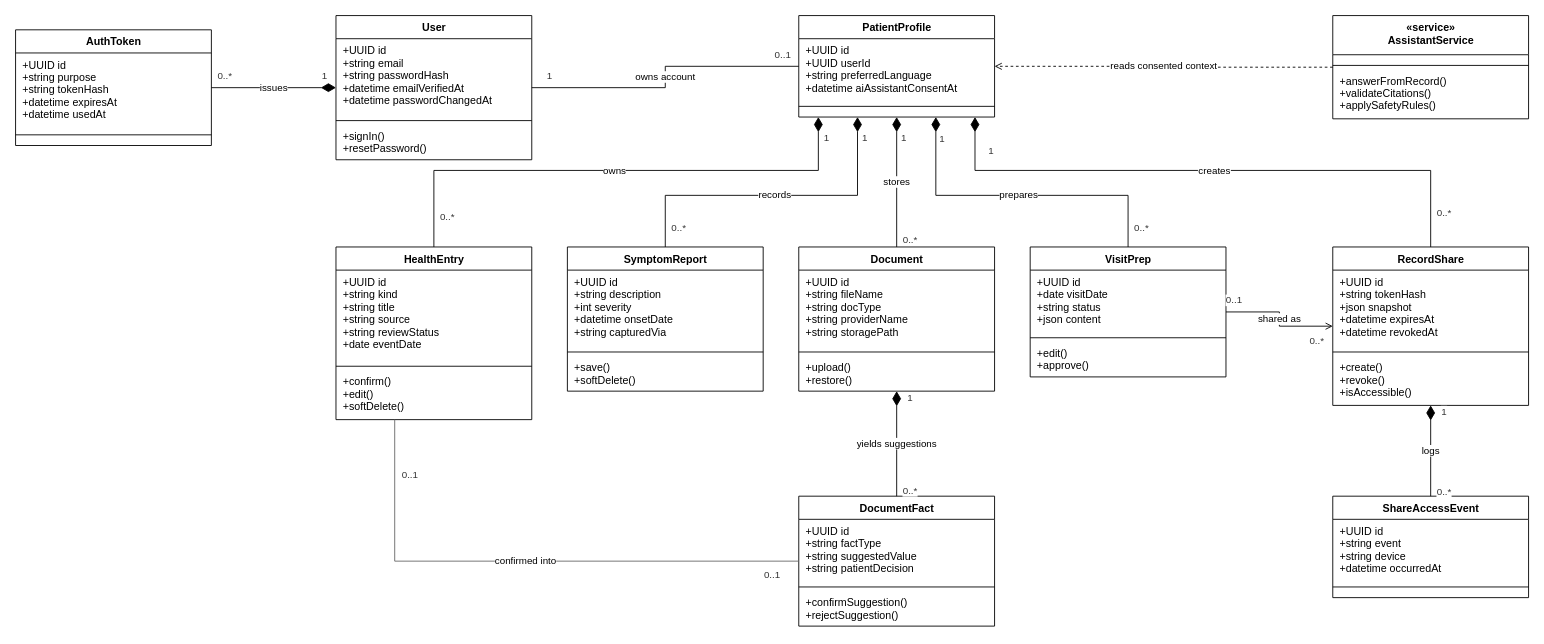
The draw.io diagram docs/diagrams/source/class-diagram.drawio in haniyousrii18/NASEEJ, before the edit. Source tidied: cells renumbered, new cells numbered last; positions are measured from the earlier drawing's top-left corner, leaving out a move shared by most shapes. Both pictures are drawn from the tidied source at 89%, with x=0, y=0 at pixel (15, 15).
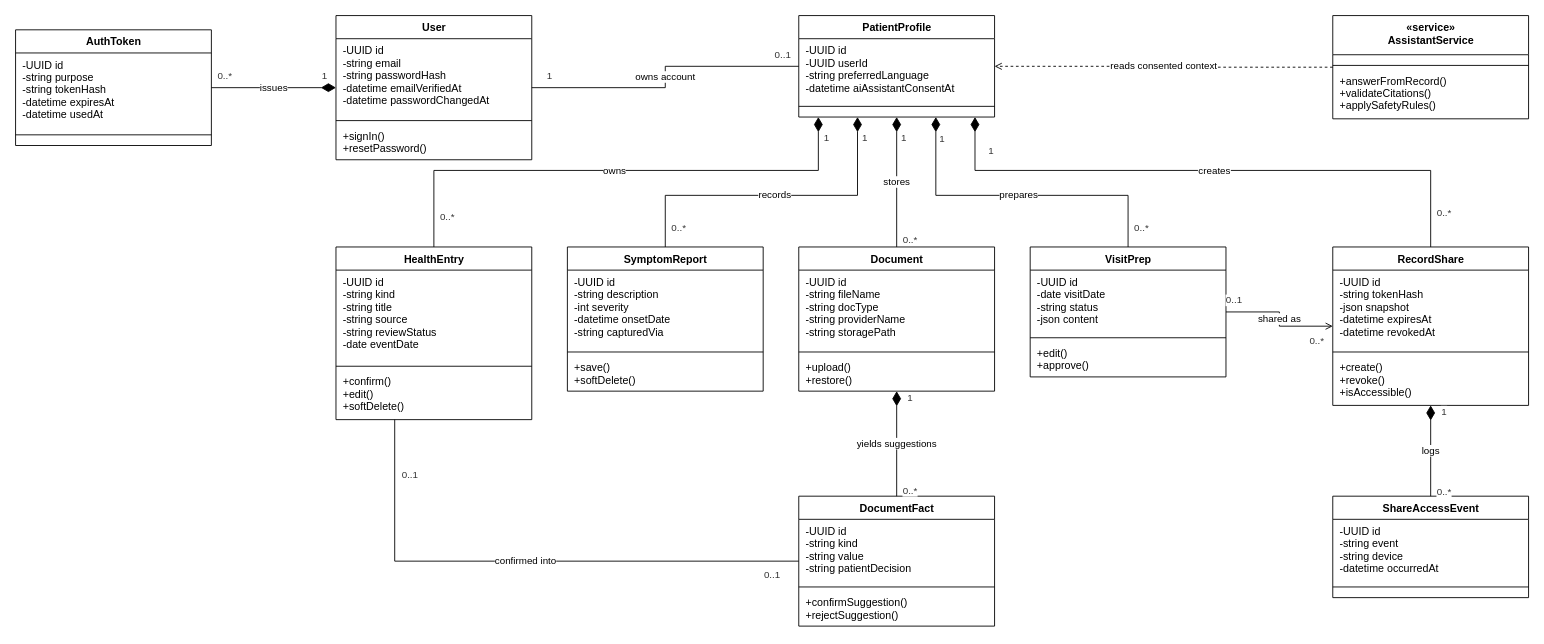
The same diagram, later.

Commit message (it also covers changes not shown here):
docs: fix diagram inconsistencies and rebuild ERD mapping

Unchanged cells that the change refers to:
```xml
<mxCell id="2" value="User" style="swimlane;fontStyle=1;align=center;verticalAlign=top;horizontal=1;startSize=26;html=1;swimlaneFillColor=#FFFFFF;" parent="1" vertex="1">
  <mxGeometry x="360" width="220" height="162" as="geometry" />
</mxCell>
<mxCell id="6" value="AuthToken" style="swimlane;fontStyle=1;align=center;verticalAlign=top;horizontal=1;startSize=26;html=1;swimlaneFillColor=#FFFFFF;" parent="1" vertex="1">
  <mxGeometry y="16" width="220" height="130" as="geometry" />
</mxCell>
<mxCell id="10" value="PatientProfile" style="swimlane;fontStyle=1;align=center;verticalAlign=top;horizontal=1;startSize=26;html=1;swimlaneFillColor=#FFFFFF;" parent="1" vertex="1">
  <mxGeometry x="880" width="220" height="114" as="geometry" />
</mxCell>
<mxCell id="18" value="HealthEntry" style="swimlane;fontStyle=1;align=center;verticalAlign=top;horizontal=1;startSize=26;html=1;swimlaneFillColor=#FFFFFF;" parent="1" vertex="1">
  <mxGeometry x="360" y="260" width="220" height="194" as="geometry" />
</mxCell>
<mxCell id="22" value="SymptomReport" style="swimlane;fontStyle=1;align=center;verticalAlign=top;horizontal=1;startSize=26;html=1;swimlaneFillColor=#FFFFFF;" parent="1" vertex="1">
  <mxGeometry x="620" y="260" width="220" height="162" as="geometry" />
</mxCell>
<mxCell id="26" value="Document" style="swimlane;fontStyle=1;align=center;verticalAlign=top;horizontal=1;startSize=26;html=1;swimlaneFillColor=#FFFFFF;" parent="1" vertex="1">
  <mxGeometry x="880" y="260" width="220" height="162" as="geometry" />
</mxCell>
<mxCell id="30" value="VisitPrep" style="swimlane;fontStyle=1;align=center;verticalAlign=top;horizontal=1;startSize=26;html=1;swimlaneFillColor=#FFFFFF;" parent="1" vertex="1">
  <mxGeometry x="1140" y="260" width="220" height="146" as="geometry" />
</mxCell>
<mxCell id="34" value="RecordShare" style="swimlane;fontStyle=1;align=center;verticalAlign=top;horizontal=1;startSize=26;html=1;swimlaneFillColor=#FFFFFF;" parent="1" vertex="1">
  <mxGeometry x="1480" y="260" width="220" height="178" as="geometry" />
</mxCell>
<mxCell id="38" value="DocumentFact" style="swimlane;fontStyle=1;align=center;verticalAlign=top;horizontal=1;startSize=26;html=1;swimlaneFillColor=#FFFFFF;" parent="1" vertex="1">
  <mxGeometry x="880" y="540" width="220" height="146" as="geometry" />
</mxCell>
<mxCell id="42" value="ShareAccessEvent" style="swimlane;fontStyle=1;align=center;verticalAlign=top;horizontal=1;startSize=26;html=1;swimlaneFillColor=#FFFFFF;" parent="1" vertex="1">
  <mxGeometry x="1480" y="540" width="220" height="114" as="geometry" />
</mxCell>
```

Diff of the diagram source:
```diff
@@
-    <mxCell id="3" value="+UUID id&#10;+string email&#10;+string passwordHash&#10;+datetime emailVerifiedAt&#10;+datetime passwordChangedAt" style="text;align=left;verticalAlign=top;spacingLeft=6;overflow=hidden;whiteSpace=nowrap;html=0;" parent="2" vertex="1">
+    <mxCell id="3" value="-UUID id&#10;-string email&#10;-string passwordHash&#10;-datetime emailVerifiedAt&#10;-datetime passwordChangedAt" style="text;align=left;verticalAlign=top;spacingLeft=6;overflow=hidden;whiteSpace=nowrap;html=0;" parent="2" vertex="1">
       <mxGeometry y="26" width="220" height="88" as="geometry" />
     </mxCell>
@@
-    <mxCell id="7" value="+UUID id&#10;+string purpose&#10;+string tokenHash&#10;+datetime expiresAt&#10;+datetime usedAt" style="text;align=left;verticalAlign=top;spacingLeft=6;overflow=hidden;whiteSpace=nowrap;html=0;" parent="6" vertex="1">
+    <mxCell id="7" value="-UUID id&#10;-string purpose&#10;-string tokenHash&#10;-datetime expiresAt&#10;-datetime usedAt" style="text;align=left;verticalAlign=top;spacingLeft=6;overflow=hidden;whiteSpace=nowrap;html=0;" parent="6" vertex="1">
       <mxGeometry y="26" width="220" height="88" as="geometry" />
     </mxCell>
@@
-    <mxCell id="11" value="+UUID id&#10;+UUID userId&#10;+string preferredLanguage&#10;+datetime aiAssistantConsentAt" style="text;align=left;verticalAlign=top;spacingLeft=6;overflow=hidden;whiteSpace=nowrap;html=0;" parent="10" vertex="1">
+    <mxCell id="11" value="-UUID id&#10;-UUID userId&#10;-string preferredLanguage&#10;-datetime aiAssistantConsentAt" style="text;align=left;verticalAlign=top;spacingLeft=6;overflow=hidden;whiteSpace=nowrap;html=0;" parent="10" vertex="1">
       <mxGeometry y="26" width="220" height="72" as="geometry" />
     </mxCell>
@@
-    <mxCell id="19" value="+UUID id&#10;+string kind&#10;+string title&#10;+string source&#10;+string reviewStatus&#10;+date eventDate" style="text;align=left;verticalAlign=top;spacingLeft=6;overflow=hidden;whiteSpace=nowrap;html=0;" parent="18" vertex="1">
+    <mxCell id="19" value="-UUID id&#10;-string kind&#10;-string title&#10;-string source&#10;-string reviewStatus&#10;-date eventDate" style="text;align=left;verticalAlign=top;spacingLeft=6;overflow=hidden;whiteSpace=nowrap;html=0;" parent="18" vertex="1">
       <mxGeometry y="26" width="220" height="104" as="geometry" />
     </mxCell>
@@
-    <mxCell id="23" value="+UUID id&#10;+string description&#10;+int severity&#10;+datetime onsetDate&#10;+string capturedVia" style="text;align=left;verticalAlign=top;spacingLeft=6;overflow=hidden;whiteSpace=nowrap;html=0;" parent="22" vertex="1">
+    <mxCell id="23" value="-UUID id&#10;-string description&#10;-int severity&#10;-datetime onsetDate&#10;-string capturedVia" style="text;align=left;verticalAlign=top;spacingLeft=6;overflow=hidden;whiteSpace=nowrap;html=0;" parent="22" vertex="1">
       <mxGeometry y="26" width="220" height="88" as="geometry" />
     </mxCell>
@@
-    <mxCell id="27" value="+UUID id&#10;+string fileName&#10;+string docType&#10;+string providerName&#10;+string storagePath" style="text;align=left;verticalAlign=top;spacingLeft=6;overflow=hidden;whiteSpace=nowrap;html=0;" parent="26" vertex="1">
+    <mxCell id="27" value="-UUID id&#10;-string fileName&#10;-string docType&#10;-string providerName&#10;-string storagePath" style="text;align=left;verticalAlign=top;spacingLeft=6;overflow=hidden;whiteSpace=nowrap;html=0;" parent="26" vertex="1">
       <mxGeometry y="26" width="220" height="88" as="geometry" />
     </mxCell>
@@
-    <mxCell id="31" value="+UUID id&#10;+date visitDate&#10;+string status&#10;+json content" style="text;align=left;verticalAlign=top;spacingLeft=6;overflow=hidden;whiteSpace=nowrap;html=0;" parent="30" vertex="1">
+    <mxCell id="31" value="-UUID id&#10;-date visitDate&#10;-string status&#10;-json content" style="text;align=left;verticalAlign=top;spacingLeft=6;overflow=hidden;whiteSpace=nowrap;html=0;" parent="30" vertex="1">
       <mxGeometry y="26" width="220" height="72" as="geometry" />
     </mxCell>
@@
-    <mxCell id="35" value="+UUID id&#10;+string tokenHash&#10;+json snapshot&#10;+datetime expiresAt&#10;+datetime revokedAt" style="text;align=left;verticalAlign=top;spacingLeft=6;overflow=hidden;whiteSpace=nowrap;html=0;" parent="34" vertex="1">
+    <mxCell id="35" value="-UUID id&#10;-string tokenHash&#10;-json snapshot&#10;-datetime expiresAt&#10;-datetime revokedAt" style="text;align=left;verticalAlign=top;spacingLeft=6;overflow=hidden;whiteSpace=nowrap;html=0;" parent="34" vertex="1">
       <mxGeometry y="26" width="220" height="88" as="geometry" />
     </mxCell>
@@
-    <mxCell id="39" value="+UUID id&#10;+string factType&#10;+string suggestedValue&#10;+string patientDecision" style="text;align=left;verticalAlign=top;spacingLeft=6;overflow=hidden;whiteSpace=nowrap;html=0;" parent="38" vertex="1">
+    <mxCell id="39" value="-UUID id&#10;-string kind&#10;-string value&#10;-string patientDecision" style="text;align=left;verticalAlign=top;spacingLeft=6;overflow=hidden;whiteSpace=nowrap;html=0;" parent="38" vertex="1">
       <mxGeometry y="26" width="220" height="72" as="geometry" />
     </mxCell>
@@
-    <mxCell id="43" value="+UUID id&#10;+string event&#10;+string device&#10;+datetime occurredAt" style="text;align=left;verticalAlign=top;spacingLeft=6;overflow=hidden;whiteSpace=nowrap;html=0;" parent="42" vertex="1">
+    <mxCell id="43" value="-UUID id&#10;-string event&#10;-string device&#10;-datetime occurredAt" style="text;align=left;verticalAlign=top;spacingLeft=6;overflow=hidden;whiteSpace=nowrap;html=0;" parent="42" vertex="1">
       <mxGeometry y="26" width="220" height="72" as="geometry" />
     </mxCell>
@@
-    <mxCell id="74" value="confirmed into" style="edgeStyle=orthogonalEdgeStyle;rounded=0;html=1;labelBackgroundColor=#FFFFFF;fontSize=11;endArrow=none;fillColor=#f5f5f5;strokeColor=#666666;exitX=0;exitY=0.5;exitDx=0;exitDy=0;entryX=0.3;entryY=1;entryDx=0;entryDy=0;" parent="1" edge="1" source="38" target="18">
+    <mxCell id="74" value="confirmed into" style="edgeStyle=orthogonalEdgeStyle;rounded=0;html=1;labelBackgroundColor=#FFFFFF;fontSize=11;endArrow=none;exitX=0;exitY=0.5;exitDx=0;exitDy=0;entryX=0.3;entryY=1;entryDx=0;entryDy=0;" parent="1" edge="1" source="38" target="18">
       <mxGeometry relative="1" as="geometry">
         <Array as="points">
           <mxPoint x="426" y="613" />
         </Array>
       </mxGeometry>
     </mxCell>
```
